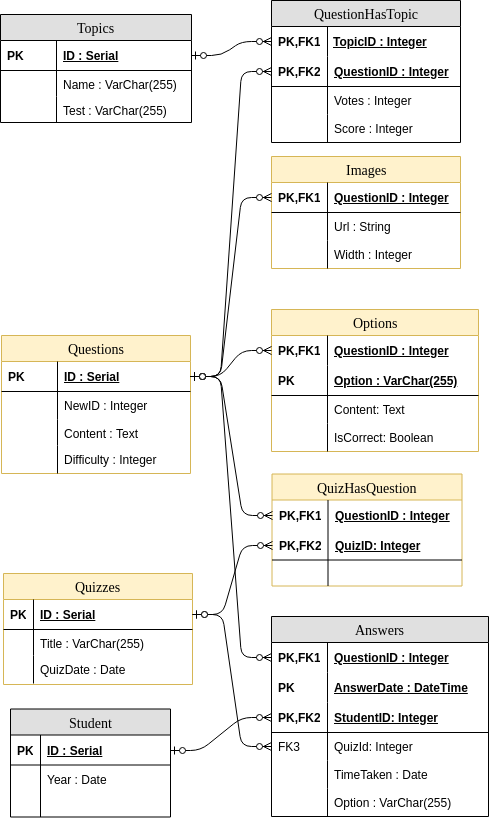
socialsoftware/quizzes-tutor keeps this draw.io diagram as SQL/DB Schema.png. Above is the earlier version. Source tidied: cells renumbered, new cells last; positions are measured from the earlier drawing's top-left corner, leaving out a move shared by most shapes.
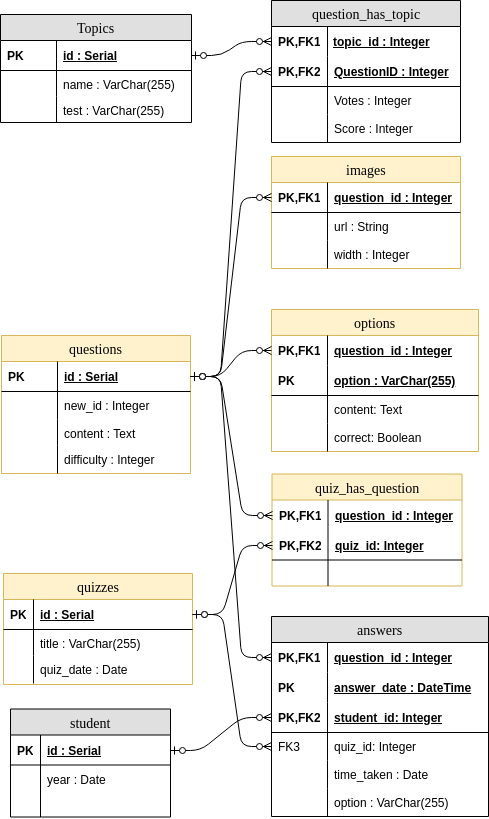
Later version of the same file.

Diff of the diagram source:
```diff
@@ -4,6 +4,6 @@
     <mxCell id="1" parent="0" />
-    <mxCell id="2" value="Options" style="swimlane;html=1;fontStyle=0;horizontal=1;startSize=26;fillColor=#fff2cc;swimlaneFillColor=#ffffff;align=center;rounded=0;shadow=0;comic=0;labelBackgroundColor=none;strokeColor=#d6b656;strokeWidth=1;fontFamily=Verdana;fontSize=14;" parent="1" vertex="1">
+    <mxCell id="2" value="options" style="swimlane;html=1;fontStyle=0;horizontal=1;startSize=26;fillColor=#fff2cc;swimlaneFillColor=#ffffff;align=center;rounded=0;shadow=0;comic=0;labelBackgroundColor=none;strokeColor=#d6b656;strokeWidth=1;fontFamily=Verdana;fontSize=14;" parent="1" vertex="1">
       <mxGeometry x="271" y="309" width="207" height="142" as="geometry" />
     </mxCell>
-    <mxCell id="3" value="QuestionID : Integer" style="shape=partialRectangle;top=0;left=0;right=0;bottom=0;html=1;align=left;verticalAlign=middle;fillColor=none;spacingLeft=60;spacingRight=4;whiteSpace=wrap;overflow=hidden;points=[[0,0.5],[1,0.5]];portConstraint=eastwest;fontStyle=5;" parent="2" vertex="1">
+    <mxCell id="3" value="question_id : Integer" style="shape=partialRectangle;top=0;left=0;right=0;bottom=0;html=1;align=left;verticalAlign=middle;fillColor=none;spacingLeft=60;spacingRight=4;whiteSpace=wrap;overflow=hidden;points=[[0,0.5],[1,0.5]];portConstraint=eastwest;fontStyle=5;" parent="2" vertex="1">
       <mxGeometry y="26" width="207" height="30" as="geometry" />
@@ -13,3 +13,3 @@
     </mxCell>
-    <mxCell id="5" value="Option : VarChar(255)&lt;br&gt;" style="shape=partialRectangle;top=0;left=0;right=0;bottom=1;html=1;align=left;verticalAlign=middle;fillColor=none;spacingLeft=60;spacingRight=4;whiteSpace=wrap;overflow=hidden;fontStyle=5;" parent="2" vertex="1">
+    <mxCell id="5" value="option : VarChar(255)&lt;br&gt;" style="shape=partialRectangle;top=0;left=0;right=0;bottom=1;html=1;align=left;verticalAlign=middle;fillColor=none;spacingLeft=60;spacingRight=4;whiteSpace=wrap;overflow=hidden;fontStyle=5;" parent="2" vertex="1">
       <mxGeometry y="56" width="207" height="30" as="geometry" />
@@ -19,3 +19,3 @@
     </mxCell>
-    <mxCell id="7" value="Content: Text" style="shape=partialRectangle;top=0;left=0;right=0;bottom=0;html=1;align=left;verticalAlign=top;fillColor=none;spacingLeft=60;spacingRight=4;whiteSpace=wrap;overflow=hidden;" parent="2" vertex="1">
+    <mxCell id="7" value="content: Text" style="shape=partialRectangle;top=0;left=0;right=0;bottom=0;html=1;align=left;verticalAlign=top;fillColor=none;spacingLeft=60;spacingRight=4;whiteSpace=wrap;overflow=hidden;" parent="2" vertex="1">
       <mxGeometry y="86" width="207" height="28" as="geometry" />
@@ -25,3 +25,3 @@
     </mxCell>
-    <mxCell id="9" value="IsCorrect: Boolean" style="shape=partialRectangle;top=0;left=0;right=0;bottom=0;html=1;align=left;verticalAlign=top;fillColor=none;spacingLeft=60;spacingRight=4;whiteSpace=wrap;overflow=hidden;" parent="2" vertex="1">
+    <mxCell id="9" value="correct: Boolean" style="shape=partialRectangle;top=0;left=0;right=0;bottom=0;html=1;align=left;verticalAlign=top;fillColor=none;spacingLeft=60;spacingRight=4;whiteSpace=wrap;overflow=hidden;" parent="2" vertex="1">
       <mxGeometry y="114" width="207" height="28" as="geometry" />
@@ -31,6 +31,6 @@
     </mxCell>
-    <mxCell id="11" value="Quizzes&lt;br&gt;" style="swimlane;html=1;fontStyle=0;horizontal=1;startSize=26;fillColor=#fff2cc;swimlaneFillColor=#ffffff;align=center;rounded=0;shadow=0;comic=0;labelBackgroundColor=none;strokeColor=#d6b656;strokeWidth=1;fontFamily=Verdana;fontSize=14;" parent="1" vertex="1">
+    <mxCell id="11" value="quizzes&lt;br&gt;" style="swimlane;html=1;fontStyle=0;horizontal=1;startSize=26;fillColor=#fff2cc;swimlaneFillColor=#ffffff;align=center;rounded=0;shadow=0;comic=0;labelBackgroundColor=none;strokeColor=#d6b656;strokeWidth=1;fontFamily=Verdana;fontSize=14;" parent="1" vertex="1">
       <mxGeometry x="3" y="573" width="189" height="111" as="geometry" />
     </mxCell>
-    <mxCell id="12" value="ID : Serial" style="shape=partialRectangle;top=0;left=0;right=0;bottom=1;html=1;align=left;verticalAlign=middle;fillColor=none;spacingLeft=34;spacingRight=4;whiteSpace=wrap;overflow=hidden;points=[[0,0.5],[1,0.5]];portConstraint=eastwest;fontStyle=5;" parent="11" vertex="1">
+    <mxCell id="12" value="id : Serial" style="shape=partialRectangle;top=0;left=0;right=0;bottom=1;html=1;align=left;verticalAlign=middle;fillColor=none;spacingLeft=34;spacingRight=4;whiteSpace=wrap;overflow=hidden;points=[[0,0.5],[1,0.5]];portConstraint=eastwest;fontStyle=5;" parent="11" vertex="1">
       <mxGeometry y="26" width="189" height="30" as="geometry" />
@@ -40,3 +40,3 @@
     </mxCell>
-    <mxCell id="14" value="Title : VarChar(255)" style="shape=partialRectangle;top=0;left=0;right=0;bottom=0;html=1;align=left;verticalAlign=top;fillColor=none;spacingLeft=34;spacingRight=4;whiteSpace=wrap;overflow=hidden;" parent="11" vertex="1">
+    <mxCell id="14" value="title : VarChar(255)" style="shape=partialRectangle;top=0;left=0;right=0;bottom=0;html=1;align=left;verticalAlign=top;fillColor=none;spacingLeft=34;spacingRight=4;whiteSpace=wrap;overflow=hidden;" parent="11" vertex="1">
       <mxGeometry y="56" width="189" height="26" as="geometry" />
@@ -46,3 +46,3 @@
     </mxCell>
-    <mxCell id="16" value="QuizDate : Date" style="shape=partialRectangle;top=0;left=0;right=0;bottom=0;html=1;align=left;verticalAlign=top;fillColor=none;spacingLeft=34;spacingRight=4;whiteSpace=wrap;overflow=hidden;" parent="11" vertex="1">
+    <mxCell id="16" value="quiz_date : Date" style="shape=partialRectangle;top=0;left=0;right=0;bottom=0;html=1;align=left;verticalAlign=top;fillColor=none;spacingLeft=34;spacingRight=4;whiteSpace=wrap;overflow=hidden;" parent="11" vertex="1">
       <mxGeometry y="82" width="189" height="28" as="geometry" />
@@ -52,6 +52,6 @@
     </mxCell>
-    <mxCell id="18" value="QuizHasQuestion" style="swimlane;html=1;fontStyle=0;horizontal=1;startSize=26;fillColor=#fff2cc;swimlaneFillColor=#ffffff;align=center;rounded=0;shadow=0;comic=0;labelBackgroundColor=none;strokeColor=#d6b656;strokeWidth=1;fontFamily=Verdana;fontSize=14;" parent="1" vertex="1">
+    <mxCell id="18" value="quiz_has_question" style="swimlane;html=1;fontStyle=0;horizontal=1;startSize=26;fillColor=#fff2cc;swimlaneFillColor=#ffffff;align=center;rounded=0;shadow=0;comic=0;labelBackgroundColor=none;strokeColor=#d6b656;strokeWidth=1;fontFamily=Verdana;fontSize=14;" parent="1" vertex="1">
       <mxGeometry x="271.5" y="473.5" width="190" height="112" as="geometry" />
     </mxCell>
-    <mxCell id="19" value="QuestionID : Integer" style="shape=partialRectangle;top=0;left=0;right=0;bottom=0;html=1;align=left;verticalAlign=middle;fillColor=none;spacingLeft=60;spacingRight=4;whiteSpace=wrap;overflow=hidden;points=[[0,0.5],[1,0.5]];portConstraint=eastwest;fontStyle=5;" parent="18" vertex="1">
+    <mxCell id="19" value="question_id : Integer" style="shape=partialRectangle;top=0;left=0;right=0;bottom=0;html=1;align=left;verticalAlign=middle;fillColor=none;spacingLeft=60;spacingRight=4;whiteSpace=wrap;overflow=hidden;points=[[0,0.5],[1,0.5]];portConstraint=eastwest;fontStyle=5;" parent="18" vertex="1">
       <mxGeometry y="26" width="190" height="30" as="geometry" />
@@ -61,3 +61,3 @@
     </mxCell>
-    <mxCell id="21" value="QuizID: Integer" style="shape=partialRectangle;top=0;left=0;right=0;bottom=1;html=1;align=left;verticalAlign=middle;fillColor=none;spacingLeft=60;spacingRight=4;whiteSpace=wrap;overflow=hidden;points=[[0,0.5],[1,0.5]];portConstraint=eastwest;fontStyle=5;" parent="18" vertex="1">
+    <mxCell id="21" value="quiz_id: Integer" style="shape=partialRectangle;top=0;left=0;right=0;bottom=1;html=1;align=left;verticalAlign=middle;fillColor=none;spacingLeft=60;spacingRight=4;whiteSpace=wrap;overflow=hidden;points=[[0,0.5],[1,0.5]];portConstraint=eastwest;fontStyle=5;" parent="18" vertex="1">
       <mxGeometry y="56" width="190" height="30" as="geometry" />
@@ -73,6 +73,6 @@
     </mxCell>
-    <mxCell id="25" value="Questions" style="swimlane;html=1;fontStyle=0;horizontal=1;startSize=26;fillColor=#fff2cc;swimlaneFillColor=#ffffff;align=center;rounded=0;shadow=0;comic=0;labelBackgroundColor=none;strokeColor=#d6b656;strokeWidth=1;fontFamily=Verdana;fontSize=14;" parent="1" vertex="1">
+    <mxCell id="25" value="questions" style="swimlane;html=1;fontStyle=0;horizontal=1;startSize=26;fillColor=#fff2cc;swimlaneFillColor=#ffffff;align=center;rounded=0;shadow=0;comic=0;labelBackgroundColor=none;strokeColor=#d6b656;strokeWidth=1;fontFamily=Verdana;fontSize=14;" parent="1" vertex="1">
       <mxGeometry x="1" y="335" width="189" height="138" as="geometry" />
     </mxCell>
-    <mxCell id="26" value="ID : Serial" style="shape=partialRectangle;top=0;left=0;right=0;bottom=1;html=1;align=left;verticalAlign=middle;fillColor=none;spacingLeft=60;spacingRight=4;whiteSpace=wrap;overflow=hidden;points=[[0,0.5],[1,0.5]];portConstraint=eastwest;fontStyle=5;" parent="25" vertex="1">
+    <mxCell id="26" value="id : Serial" style="shape=partialRectangle;top=0;left=0;right=0;bottom=1;html=1;align=left;verticalAlign=middle;fillColor=none;spacingLeft=60;spacingRight=4;whiteSpace=wrap;overflow=hidden;points=[[0,0.5],[1,0.5]];portConstraint=eastwest;fontStyle=5;" parent="25" vertex="1">
       <mxGeometry y="26" width="189" height="30" as="geometry" />
@@ -82,3 +82,3 @@
     </mxCell>
-    <mxCell id="28" value="NewID : Integer" style="shape=partialRectangle;top=0;left=0;right=0;bottom=0;html=1;align=left;verticalAlign=top;fillColor=none;spacingLeft=60;spacingRight=4;whiteSpace=wrap;overflow=hidden;" parent="25" vertex="1">
+    <mxCell id="28" value="new_id : Integer&lt;br&gt;" style="shape=partialRectangle;top=0;left=0;right=0;bottom=0;html=1;align=left;verticalAlign=top;fillColor=none;spacingLeft=60;spacingRight=4;whiteSpace=wrap;overflow=hidden;" parent="25" vertex="1">
       <mxGeometry y="56" width="189" height="28" as="geometry" />
@@ -88,3 +88,3 @@
     </mxCell>
-    <mxCell id="30" value="Content : Text" style="shape=partialRectangle;top=0;left=0;right=0;bottom=0;html=1;align=left;verticalAlign=top;fillColor=none;spacingLeft=60;spacingRight=4;whiteSpace=wrap;overflow=hidden;" parent="25" vertex="1">
+    <mxCell id="30" value="content : Text" style="shape=partialRectangle;top=0;left=0;right=0;bottom=0;html=1;align=left;verticalAlign=top;fillColor=none;spacingLeft=60;spacingRight=4;whiteSpace=wrap;overflow=hidden;" parent="25" vertex="1">
       <mxGeometry y="84" width="189" height="26" as="geometry" />
@@ -94,3 +94,3 @@
     </mxCell>
-    <mxCell id="32" value="Difficulty : Integer" style="shape=partialRectangle;top=0;left=0;right=0;bottom=0;html=1;align=left;verticalAlign=top;fillColor=none;spacingLeft=60;spacingRight=4;whiteSpace=wrap;overflow=hidden;" parent="25" vertex="1">
+    <mxCell id="32" value="difficulty : Integer" style="shape=partialRectangle;top=0;left=0;right=0;bottom=0;html=1;align=left;verticalAlign=top;fillColor=none;spacingLeft=60;spacingRight=4;whiteSpace=wrap;overflow=hidden;" parent="25" vertex="1">
       <mxGeometry y="110" width="189" height="28" as="geometry" />
@@ -106,3 +106,3 @@
     </mxCell>
-    <mxCell id="36" value="ID : Serial" style="shape=partialRectangle;top=0;left=0;right=0;bottom=1;html=1;align=left;verticalAlign=middle;fillColor=none;spacingLeft=60;spacingRight=4;whiteSpace=wrap;overflow=hidden;points=[[0,0.5],[1,0.5]];portConstraint=eastwest;fontStyle=5;" parent="35" vertex="1">
+    <mxCell id="36" value="id : Serial" style="shape=partialRectangle;top=0;left=0;right=0;bottom=1;html=1;align=left;verticalAlign=middle;fillColor=none;spacingLeft=60;spacingRight=4;whiteSpace=wrap;overflow=hidden;points=[[0,0.5],[1,0.5]];portConstraint=eastwest;fontStyle=5;" parent="35" vertex="1">
       <mxGeometry y="26" width="191" height="30" as="geometry" />
@@ -112,3 +112,3 @@
     </mxCell>
-    <mxCell id="38" value="Name : VarChar(255)" style="shape=partialRectangle;top=0;left=0;right=0;bottom=0;html=1;align=left;verticalAlign=top;fillColor=none;spacingLeft=60;spacingRight=4;whiteSpace=wrap;overflow=hidden;" parent="35" vertex="1">
+    <mxCell id="38" value="name : VarChar(255)" style="shape=partialRectangle;top=0;left=0;right=0;bottom=0;html=1;align=left;verticalAlign=top;fillColor=none;spacingLeft=60;spacingRight=4;whiteSpace=wrap;overflow=hidden;" parent="35" vertex="1">
       <mxGeometry y="56" width="191" height="26" as="geometry" />
@@ -118,3 +118,3 @@
     </mxCell>
-    <mxCell id="40" value="Test : VarChar(255)" style="shape=partialRectangle;top=0;left=0;right=0;bottom=0;html=1;align=left;verticalAlign=top;fillColor=none;spacingLeft=60;spacingRight=4;whiteSpace=wrap;overflow=hidden;" parent="35" vertex="1">
+    <mxCell id="40" value="test : VarChar(255)" style="shape=partialRectangle;top=0;left=0;right=0;bottom=0;html=1;align=left;verticalAlign=top;fillColor=none;spacingLeft=60;spacingRight=4;whiteSpace=wrap;overflow=hidden;" parent="35" vertex="1">
       <mxGeometry y="82" width="191" height="26" as="geometry" />
@@ -136,6 +136,6 @@
     </mxCell>
-    <mxCell id="46" value="Student" style="swimlane;html=1;fontStyle=0;horizontal=1;startSize=26;fillColor=#e0e0e0;swimlaneFillColor=#ffffff;align=center;rounded=0;shadow=0;comic=0;labelBackgroundColor=none;strokeColor=#000000;strokeWidth=1;fontFamily=Verdana;fontSize=14;fontColor=#000000;" parent="1" vertex="1">
+    <mxCell id="46" value="student" style="swimlane;html=1;fontStyle=0;horizontal=1;startSize=26;fillColor=#e0e0e0;swimlaneFillColor=#ffffff;align=center;rounded=0;shadow=0;comic=0;labelBackgroundColor=none;strokeColor=#000000;strokeWidth=1;fontFamily=Verdana;fontSize=14;fontColor=#000000;" parent="1" vertex="1">
       <mxGeometry x="10" y="708.5" width="160" height="108" as="geometry" />
     </mxCell>
-    <mxCell id="47" value="ID : Serial" style="shape=partialRectangle;top=0;left=0;right=0;bottom=1;html=1;align=left;verticalAlign=middle;fillColor=none;spacingLeft=34;spacingRight=4;whiteSpace=wrap;overflow=hidden;points=[[0,0.5],[1,0.5]];portConstraint=eastwest;fontStyle=5;" parent="46" vertex="1">
+    <mxCell id="47" value="id : Serial" style="shape=partialRectangle;top=0;left=0;right=0;bottom=1;html=1;align=left;verticalAlign=middle;fillColor=none;spacingLeft=34;spacingRight=4;whiteSpace=wrap;overflow=hidden;points=[[0,0.5],[1,0.5]];portConstraint=eastwest;fontStyle=5;" parent="46" vertex="1">
       <mxGeometry y="26" width="160" height="30" as="geometry" />
@@ -145,3 +145,3 @@
     </mxCell>
-    <mxCell id="49" value="Year : Date" style="shape=partialRectangle;top=0;left=0;right=0;bottom=0;html=1;align=left;verticalAlign=top;fillColor=none;spacingLeft=34;spacingRight=4;whiteSpace=wrap;overflow=hidden;" parent="46" vertex="1">
+    <mxCell id="49" value="year : Date" style="shape=partialRectangle;top=0;left=0;right=0;bottom=0;html=1;align=left;verticalAlign=top;fillColor=none;spacingLeft=34;spacingRight=4;whiteSpace=wrap;overflow=hidden;" parent="46" vertex="1">
       <mxGeometry y="56" width="160" height="26" as="geometry" />
@@ -157,6 +157,6 @@
     </mxCell>
-    <mxCell id="53" value="Answers" style="swimlane;html=1;fontStyle=0;horizontal=1;startSize=26;fillColor=#e0e0e0;swimlaneFillColor=#ffffff;align=center;rounded=0;shadow=0;comic=0;labelBackgroundColor=none;strokeColor=#000000;strokeWidth=1;fontFamily=Verdana;fontSize=14;fontColor=#000000;" parent="1" vertex="1">
+    <mxCell id="53" value="answers" style="swimlane;html=1;fontStyle=0;horizontal=1;startSize=26;fillColor=#e0e0e0;swimlaneFillColor=#ffffff;align=center;rounded=0;shadow=0;comic=0;labelBackgroundColor=none;strokeColor=#000000;strokeWidth=1;fontFamily=Verdana;fontSize=14;fontColor=#000000;" parent="1" vertex="1">
       <mxGeometry x="271" y="616" width="217" height="200" as="geometry" />
     </mxCell>
-    <mxCell id="54" value="QuestionID : Integer" style="shape=partialRectangle;top=0;left=0;right=0;bottom=0;html=1;align=left;verticalAlign=middle;fillColor=none;spacingLeft=60;spacingRight=4;whiteSpace=wrap;overflow=hidden;points=[[0,0.5],[1,0.5]];portConstraint=eastwest;fontStyle=5;" parent="53" vertex="1">
+    <mxCell id="54" value="question_id : Integer" style="shape=partialRectangle;top=0;left=0;right=0;bottom=0;html=1;align=left;verticalAlign=middle;fillColor=none;spacingLeft=60;spacingRight=4;whiteSpace=wrap;overflow=hidden;points=[[0,0.5],[1,0.5]];portConstraint=eastwest;fontStyle=5;" parent="53" vertex="1">
       <mxGeometry y="26" width="217" height="30" as="geometry" />
@@ -166,3 +166,3 @@
     </mxCell>
-    <mxCell id="56" value="AnswerDate : DateTime" style="shape=partialRectangle;top=0;left=0;right=0;bottom=0;html=1;align=left;verticalAlign=middle;fillColor=none;spacingLeft=60;spacingRight=4;whiteSpace=wrap;overflow=hidden;fontStyle=5;" parent="53" vertex="1">
+    <mxCell id="56" value="answer_date : DateTime" style="shape=partialRectangle;top=0;left=0;right=0;bottom=0;html=1;align=left;verticalAlign=middle;fillColor=none;spacingLeft=60;spacingRight=4;whiteSpace=wrap;overflow=hidden;fontStyle=5;" parent="53" vertex="1">
       <mxGeometry y="56" width="217" height="30" as="geometry" />
@@ -172,3 +172,3 @@
     </mxCell>
-    <mxCell id="58" value="StudentID: Integer&lt;br&gt;" style="shape=partialRectangle;top=0;left=0;right=0;bottom=1;html=1;align=left;verticalAlign=middle;fillColor=none;spacingLeft=60;spacingRight=4;whiteSpace=wrap;overflow=hidden;points=[[0,0.5],[1,0.5]];portConstraint=eastwest;fontStyle=5;" parent="53" vertex="1">
+    <mxCell id="58" value="student_id: Integer&lt;br&gt;" style="shape=partialRectangle;top=0;left=0;right=0;bottom=1;html=1;align=left;verticalAlign=middle;fillColor=none;spacingLeft=60;spacingRight=4;whiteSpace=wrap;overflow=hidden;points=[[0,0.5],[1,0.5]];portConstraint=eastwest;fontStyle=5;" parent="53" vertex="1">
       <mxGeometry y="86" width="217" height="30" as="geometry" />
@@ -178,3 +178,3 @@
     </mxCell>
-    <mxCell id="60" value="QuizId: Integer" style="shape=partialRectangle;top=0;left=0;right=0;bottom=0;html=1;align=left;verticalAlign=top;fillColor=none;spacingLeft=60;spacingRight=4;whiteSpace=wrap;overflow=hidden;points=[[0,0.5],[1,0.5]];portConstraint=eastwest;" parent="53" vertex="1">
+    <mxCell id="60" value="quiz_id: Integer" style="shape=partialRectangle;top=0;left=0;right=0;bottom=0;html=1;align=left;verticalAlign=top;fillColor=none;spacingLeft=60;spacingRight=4;whiteSpace=wrap;overflow=hidden;points=[[0,0.5],[1,0.5]];portConstraint=eastwest;" parent="53" vertex="1">
       <mxGeometry y="116" width="217" height="28" as="geometry" />
@@ -184,3 +184,3 @@
     </mxCell>
-    <mxCell id="62" value="TimeTaken : Date" style="shape=partialRectangle;top=0;left=0;right=0;bottom=0;html=1;align=left;verticalAlign=top;fillColor=none;spacingLeft=60;spacingRight=4;whiteSpace=wrap;overflow=hidden;" parent="53" vertex="1">
+    <mxCell id="62" value="time_taken : Date" style="shape=partialRectangle;top=0;left=0;right=0;bottom=0;html=1;align=left;verticalAlign=top;fillColor=none;spacingLeft=60;spacingRight=4;whiteSpace=wrap;overflow=hidden;" parent="53" vertex="1">
       <mxGeometry y="144" width="217" height="28" as="geometry" />
@@ -190,3 +190,3 @@
     </mxCell>
-    <mxCell id="64" value="&lt;span&gt;Option : VarChar(255)&lt;/span&gt;" style="shape=partialRectangle;top=0;left=0;right=0;bottom=0;html=1;align=left;verticalAlign=top;fillColor=none;spacingLeft=60;spacingRight=4;whiteSpace=wrap;overflow=hidden;" parent="53" vertex="1">
+    <mxCell id="64" value="&lt;span&gt;option : VarChar(255)&lt;/span&gt;" style="shape=partialRectangle;top=0;left=0;right=0;bottom=0;html=1;align=left;verticalAlign=top;fillColor=none;spacingLeft=60;spacingRight=4;whiteSpace=wrap;overflow=hidden;" parent="53" vertex="1">
       <mxGeometry y="172" width="217" height="28" as="geometry" />
@@ -205,6 +205,6 @@
     </mxCell>
-    <mxCell id="69" value="Images" style="swimlane;html=1;fontStyle=0;horizontal=1;startSize=26;fillColor=#fff2cc;swimlaneFillColor=#ffffff;align=center;rounded=0;shadow=0;comic=0;labelBackgroundColor=none;strokeColor=#d6b656;strokeWidth=1;fontFamily=Verdana;fontSize=14;" parent="1" vertex="1">
+    <mxCell id="69" value="images" style="swimlane;html=1;fontStyle=0;horizontal=1;startSize=26;fillColor=#fff2cc;swimlaneFillColor=#ffffff;align=center;rounded=0;shadow=0;comic=0;labelBackgroundColor=none;strokeColor=#d6b656;strokeWidth=1;fontFamily=Verdana;fontSize=14;" parent="1" vertex="1">
       <mxGeometry x="271" y="156" width="189" height="112" as="geometry" />
     </mxCell>
-    <mxCell id="70" value="QuestionID : Integer" style="shape=partialRectangle;top=0;left=0;right=0;bottom=1;html=1;align=left;verticalAlign=middle;fillColor=none;spacingLeft=60;spacingRight=4;whiteSpace=wrap;overflow=hidden;points=[[0,0.5],[1,0.5]];portConstraint=eastwest;fontStyle=5;" parent="69" vertex="1">
+    <mxCell id="70" value="question_id : Integer" style="shape=partialRectangle;top=0;left=0;right=0;bottom=1;html=1;align=left;verticalAlign=middle;fillColor=none;spacingLeft=60;spacingRight=4;whiteSpace=wrap;overflow=hidden;points=[[0,0.5],[1,0.5]];portConstraint=eastwest;fontStyle=5;" parent="69" vertex="1">
       <mxGeometry y="26" width="189" height="30" as="geometry" />
@@ -214,3 +214,3 @@
     </mxCell>
-    <mxCell id="72" value="Url : String" style="shape=partialRectangle;top=0;left=0;right=0;bottom=0;html=1;align=left;verticalAlign=top;fillColor=none;spacingLeft=60;spacingRight=4;whiteSpace=wrap;overflow=hidden;" parent="69" vertex="1">
+    <mxCell id="72" value="url : String" style="shape=partialRectangle;top=0;left=0;right=0;bottom=0;html=1;align=left;verticalAlign=top;fillColor=none;spacingLeft=60;spacingRight=4;whiteSpace=wrap;overflow=hidden;" parent="69" vertex="1">
       <mxGeometry y="56" width="189" height="28" as="geometry" />
@@ -220,3 +220,3 @@
     </mxCell>
-    <mxCell id="74" value="Width : Integer" style="shape=partialRectangle;top=0;left=0;right=0;bottom=0;html=1;align=left;verticalAlign=top;fillColor=none;spacingLeft=60;spacingRight=4;whiteSpace=wrap;overflow=hidden;" parent="69" vertex="1">
+    <mxCell id="74" value="width : Integer" style="shape=partialRectangle;top=0;left=0;right=0;bottom=0;html=1;align=left;verticalAlign=top;fillColor=none;spacingLeft=60;spacingRight=4;whiteSpace=wrap;overflow=hidden;" parent="69" vertex="1">
       <mxGeometry y="84" width="189" height="28" as="geometry" />
@@ -229,6 +229,6 @@
     </mxCell>
-    <mxCell id="77" value="QuestionHasTopic" style="swimlane;html=1;fontStyle=0;horizontal=1;startSize=26;fillColor=#e0e0e0;swimlaneFillColor=#ffffff;align=center;rounded=0;shadow=0;comic=0;labelBackgroundColor=none;strokeColor=#000000;strokeWidth=1;fontFamily=Verdana;fontSize=14;fontColor=#000000;" parent="1" vertex="1">
+    <mxCell id="77" value="question_has_topic" style="swimlane;html=1;fontStyle=0;horizontal=1;startSize=26;fillColor=#e0e0e0;swimlaneFillColor=#ffffff;align=center;rounded=0;shadow=0;comic=0;labelBackgroundColor=none;strokeColor=#000000;strokeWidth=1;fontFamily=Verdana;fontSize=14;fontColor=#000000;" parent="1" vertex="1">
       <mxGeometry x="271" width="189" height="142" as="geometry" />
     </mxCell>
-    <mxCell id="78" value="TopicID : Integer" style="shape=partialRectangle;top=0;left=0;right=0;bottom=1;html=1;align=left;verticalAlign=middle;fillColor=none;spacingLeft=60;spacingRight=4;whiteSpace=wrap;overflow=hidden;points=[[0,0.5],[1,0.5]];portConstraint=eastwest;fontStyle=5;strokeColor=none;" parent="77" vertex="1">
+    <mxCell id="78" value="topic_id : Integer" style="shape=partialRectangle;top=0;left=0;right=0;bottom=1;html=1;align=left;verticalAlign=middle;fillColor=none;spacingLeft=60;spacingRight=4;whiteSpace=wrap;overflow=hidden;points=[[0,0.5],[1,0.5]];portConstraint=eastwest;fontStyle=5;strokeColor=none;" parent="77" vertex="1">
       <mxGeometry y="26" width="189" height="30" as="geometry" />
```
